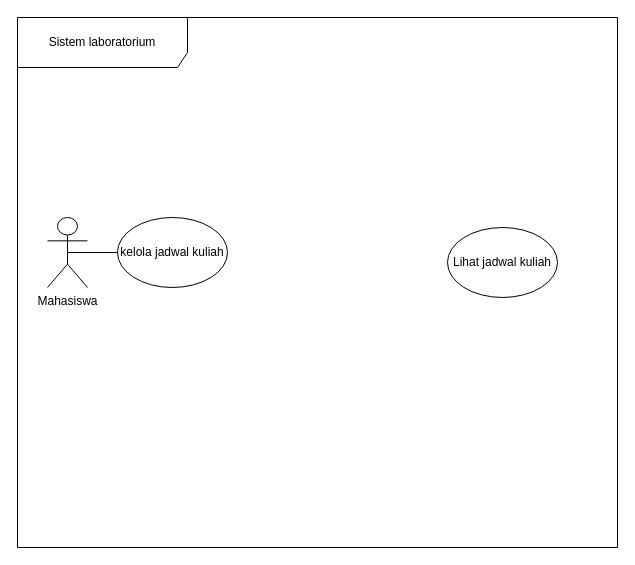
Earlier version of the draw.io diagram 03_latihan_tools/P02/SIA/P02_2406077_SIA_perbaikan_notasi_v01.drawio (2406077-bit/IFRWP5149_2406077_LabAlat). Source tidied: cells renumbered, new cells numbered last; positions are measured from the earlier drawing's top-left corner, leaving out a move shared by most shapes. Both pictures are drawn from the tidied source at 100%, with x=0, y=0 at pixel (17, 17).
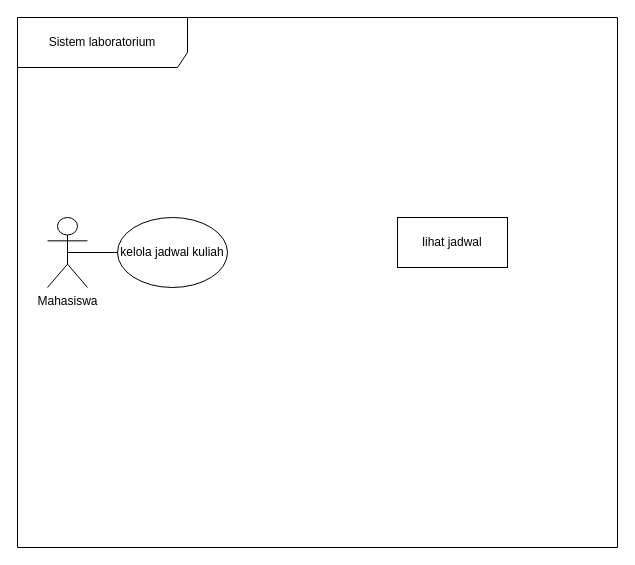
After the change.

Diff of the diagram source:
```diff
@@
 <mxGraphModel>
   <root>
     <mxCell id="0" />
     <mxCell id="1" parent="0" />
     <mxCell id="2" value="Sistem laboratorium" style="shape=umlFrame;whiteSpace=wrap;html=1;width=170;height=50;" parent="1" vertex="1">
       <mxGeometry width="600" height="530" as="geometry" />
     </mxCell>
     <mxCell id="3" value="kelola jadwal kuliah" style="ellipse;html=1;whiteSpace=wrap;" parent="2" vertex="1">
       <mxGeometry x="100" y="200" width="110" height="70" as="geometry" />
     </mxCell>
-    <mxCell id="4" value="Lihat jadwal kuliah" style="ellipse;html=1;whiteSpace=wrap;" parent="2" vertex="1">
-      <mxGeometry x="430" y="210" width="110" height="70" as="geometry" />
-    </mxCell>
+    <mxCell id="7" value="lihat jadwal" style="rounded=0;whiteSpace=wrap;html=1;" parent="2" vertex="1">
+      <mxGeometry x="380" y="200" width="110" height="50" as="geometry" />
+    </mxCell>
     <mxCell id="5" style="edgeStyle=orthogonalEdgeStyle;rounded=0;jettySize=auto;html=1;exitX=0.5;exitY=0.5;exitDx=0;exitDy=0;exitPerimeter=0;endArrow=none;endFill=0;" parent="1" edge="1" source="6" target="3">
       <mxGeometry relative="1" as="geometry" />
     </mxCell>
     <mxCell id="6" value="Mahasiswa" style="shape=umlActor;verticalLabelPosition=bottom;verticalAlign=top;html=1;" parent="1" vertex="1">
       <mxGeometry x="30" y="200" width="40" height="70" as="geometry" />
     </mxCell>
   </root>
 </mxGraphModel>
```
